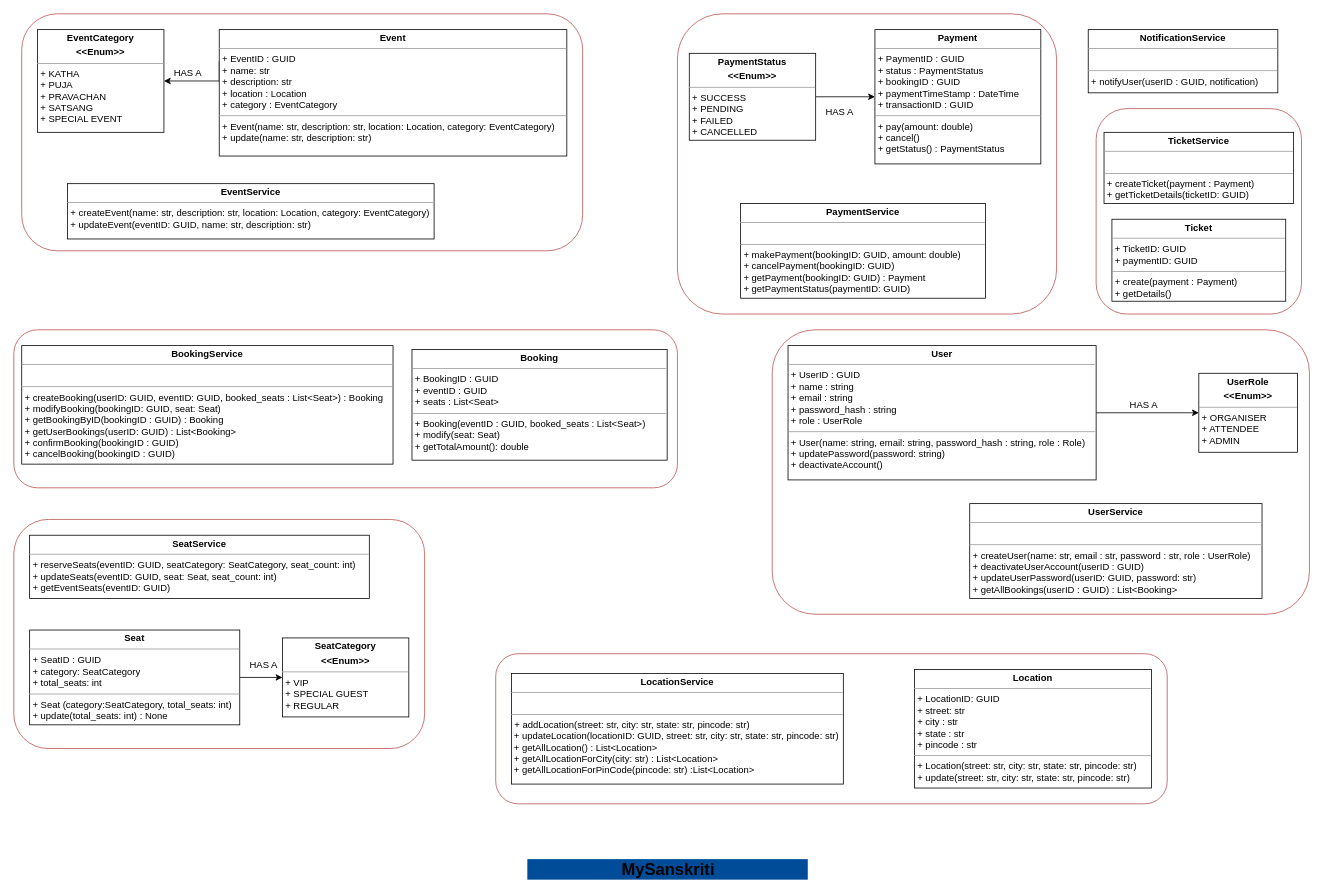
This is Class_diagram.drawio from Sheersendu/MySanskriti, a draw.io file, before an edit. Source tidied: cells renumbered, new cells numbered last; positions are measured from the earlier drawing's top-left corner, leaving out a move shared by most shapes. Both pictures are drawn from the tidied source at 79%, with x=0, y=0 at pixel (13, 13).
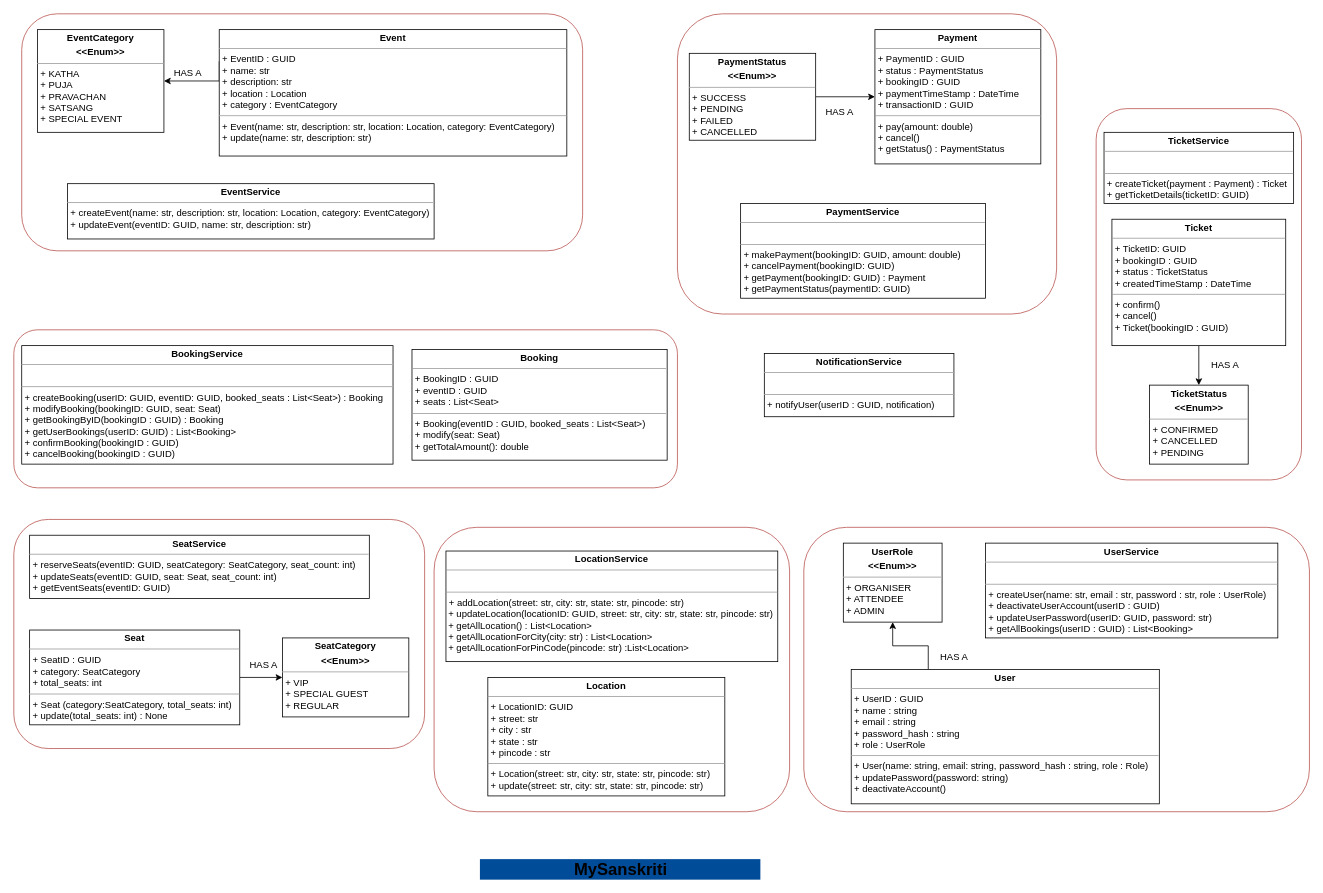
After the change.

Commit message:
updated class diagram

Change to the diagram source:
```diff
@@
     <mxCell id="5" style="rounded=1;whiteSpace=wrap;html=1;fillColor=none;strokeColor=#b85450;" parent="1" vertex="1">
-      <mxGeometry x="610" y="810" width="850" height="190" as="geometry" />
+      <mxGeometry x="532" y="650" width="450" height="360" as="geometry" />
     </mxCell>
     <mxCell id="6" style="rounded=1;whiteSpace=wrap;html=1;fillColor=none;strokeColor=#b85450;" parent="1" vertex="1">
-      <mxGeometry x="1370" y="120" width="260" height="260" as="geometry" />
+      <mxGeometry x="1370" y="120" width="260" height="470" as="geometry" />
     </mxCell>
@@
     <mxCell id="8" style="rounded=1;whiteSpace=wrap;html=1;fillColor=none;strokeColor=#b85450;" parent="1" vertex="1">
-      <mxGeometry x="960" y="400" width="680" height="360" as="geometry" />
+      <mxGeometry x="1000" y="650" width="640" height="360" as="geometry" />
     </mxCell>
     <mxCell id="9" value="&lt;font style=&quot;font-size: 21px;&quot;&gt;MySanskriti&lt;/font&gt;" style="text;align=center;fontStyle=1;verticalAlign=middle;spacingLeft=3;spacingRight=3;strokeColor=none;html=1;fillColor=#004C99;" parent="1" vertex="1">
-      <mxGeometry x="650" y="1070" width="355" height="26" as="geometry" />
+      <mxGeometry x="590" y="1070" width="355" height="26" as="geometry" />
     </mxCell>
@@
     <mxCell id="14" value="&lt;p style=&quot;margin:0px;margin-top:4px;text-align:center;&quot;&gt;&lt;b&gt;Location&lt;/b&gt;&lt;/p&gt;&lt;hr size=&quot;1&quot;&gt;&lt;p style=&quot;margin:0px;margin-left:4px;&quot;&gt;+ LocationID: GUID&lt;/p&gt;&lt;p style=&quot;margin:0px;margin-left:4px;&quot;&gt;+ street: str&lt;/p&gt;&lt;p style=&quot;margin:0px;margin-left:4px;&quot;&gt;+ city : str&lt;/p&gt;&lt;p style=&quot;margin:0px;margin-left:4px;&quot;&gt;+ state : str&lt;/p&gt;&lt;p style=&quot;margin:0px;margin-left:4px;&quot;&gt;+ pincode : str&lt;/p&gt;&lt;hr size=&quot;1&quot;&gt;&lt;p style=&quot;margin:0px;margin-left:4px;&quot;&gt;+ Location(street: str, city: str, state: str, pincode: str)&lt;/p&gt;&lt;p style=&quot;margin:0px;margin-left:4px;&quot;&gt;+ update(street: str, city: str, state: str, pincode: str&lt;span style=&quot;background-color: initial;&quot;&gt;)&lt;/span&gt;&lt;/p&gt;" style="verticalAlign=top;align=left;overflow=fill;fontSize=12;fontFamily=Helvetica;html=1;whiteSpace=wrap;" parent="1" vertex="1">
-      <mxGeometry x="1140" y="830" width="300" height="150" as="geometry" />
+      <mxGeometry x="600" y="840" width="300" height="150" as="geometry" />
     </mxCell>
@@
     <mxCell id="23" value="&lt;p style=&quot;margin:0px;margin-top:4px;text-align:center;&quot;&gt;&lt;b&gt;LocationService&lt;/b&gt;&lt;/p&gt;&lt;hr size=&quot;1&quot;&gt;&lt;p style=&quot;margin:0px;margin-left:4px;&quot;&gt;&lt;br&gt;&lt;/p&gt;&lt;hr size=&quot;1&quot;&gt;&lt;p style=&quot;margin:0px;margin-left:4px;&quot;&gt;+ addLocation(street: str, city: str, state: str, pincode: str)&lt;/p&gt;&amp;nbsp;+ updateLocation(locationID: GUID, street: str, city: str, state: str, pincode: str)&lt;br&gt;&amp;nbsp;+ getAllLocation() : List&amp;lt;Location&amp;gt;&lt;br&gt;&amp;nbsp;+ getAllLocationForCity(city: str) : List&amp;lt;Location&amp;gt;&lt;br&gt;&amp;nbsp;+ getAllLocationForPinCode(pincode: str) :List&amp;lt;Location&amp;gt;" style="verticalAlign=top;align=left;overflow=fill;fontSize=12;fontFamily=Helvetica;html=1;whiteSpace=wrap;" parent="1" vertex="1">
-      <mxGeometry x="630" y="835" width="420" height="140" as="geometry" />
+      <mxGeometry x="547" y="680" width="420" height="140" as="geometry" />
     </mxCell>
@@
+    <mxCell id="37" style="edgeStyle=orthogonalEdgeStyle;rounded=0;jettySize=auto;html=1;entryX=0.5;entryY=0;entryDx=0;entryDy=0;" parent="1" edge="1" source="28" target="38">
+      <mxGeometry relative="1" as="geometry" />
+    </mxCell>
-    <mxCell id="28" value="&lt;p style=&quot;margin:0px;margin-top:4px;text-align:center;&quot;&gt;&lt;b&gt;Ticket&lt;/b&gt;&lt;/p&gt;&lt;hr size=&quot;1&quot;&gt;&lt;p style=&quot;margin:0px;margin-left:4px;&quot;&gt;+ TicketID: GUID&lt;/p&gt;&lt;p style=&quot;margin:0px;margin-left:4px;&quot;&gt;+ paymentID: GUID&lt;/p&gt;&lt;hr size=&quot;1&quot;&gt;&lt;p style=&quot;margin:0px;margin-left:4px;&quot;&gt;+ create(payment : Payment)&lt;/p&gt;&lt;p style=&quot;margin:0px;margin-left:4px;&quot;&gt;+ getDetails()&lt;/p&gt;" style="verticalAlign=top;align=left;overflow=fill;fontSize=12;fontFamily=Helvetica;html=1;whiteSpace=wrap;" parent="1" vertex="1">
-      <mxGeometry x="1390" y="260" width="220" height="103.8" as="geometry" />
+    <mxCell id="28" value="&lt;p style=&quot;margin:0px;margin-top:4px;text-align:center;&quot;&gt;&lt;b&gt;Ticket&lt;/b&gt;&lt;/p&gt;&lt;hr size=&quot;1&quot;&gt;&lt;p style=&quot;margin:0px;margin-left:4px;&quot;&gt;+ TicketID: GUID&lt;/p&gt;&lt;p style=&quot;margin:0px;margin-left:4px;&quot;&gt;+ bookingID : GUID&lt;/p&gt;&lt;p style=&quot;margin:0px;margin-left:4px;&quot;&gt;+ status : TicketStatus&lt;/p&gt;&lt;p style=&quot;margin:0px;margin-left:4px;&quot;&gt;+ createdTimeStamp : DateTime&lt;/p&gt;&lt;hr size=&quot;1&quot;&gt;&lt;p style=&quot;margin:0px;margin-left:4px;&quot;&gt;+ confirm()&lt;/p&gt;&lt;p style=&quot;margin:0px;margin-left:4px;&quot;&gt;+ cancel()&lt;/p&gt;&lt;p style=&quot;margin:0px;margin-left:4px;&quot;&gt;+ Ticket(bookingID : GUID)&lt;/p&gt;" style="verticalAlign=top;align=left;overflow=fill;fontSize=12;fontFamily=Helvetica;html=1;whiteSpace=wrap;" parent="1" vertex="1">
+      <mxGeometry x="1390" y="260" width="220" height="160" as="geometry" />
     </mxCell>
-    <mxCell id="29" style="edgeStyle=orthogonalEdgeStyle;rounded=0;jettySize=auto;html=1;exitX=1;exitY=0.5;exitDx=0;exitDy=0;" parent="1" edge="1" source="30" target="33">
+    <mxCell id="29" style="edgeStyle=orthogonalEdgeStyle;rounded=0;jettySize=auto;html=1;exitX=0.25;exitY=0;exitDx=0;exitDy=0;entryX=0.5;entryY=1;entryDx=0;entryDy=0;" parent="1" edge="1" source="30" target="33">
       <mxGeometry relative="1" as="geometry" />
     </mxCell>
     <mxCell id="30" value="&lt;p style=&quot;margin:0px;margin-top:4px;text-align:center;&quot;&gt;&lt;b&gt;User&lt;/b&gt;&lt;/p&gt;&lt;hr size=&quot;1&quot;&gt;&lt;p style=&quot;margin:0px;margin-left:4px;&quot;&gt;+ UserID : GUID&lt;/p&gt;&lt;p style=&quot;margin:0px;margin-left:4px;&quot;&gt;+ name : string&lt;/p&gt;&lt;p style=&quot;margin:0px;margin-left:4px;&quot;&gt;+ email : string&lt;/p&gt;&lt;p style=&quot;margin:0px;margin-left:4px;&quot;&gt;+ password_hash : string&lt;/p&gt;&lt;p style=&quot;margin:0px;margin-left:4px;&quot;&gt;+ role : UserRole&lt;/p&gt;&lt;hr size=&quot;1&quot;&gt;&lt;p style=&quot;margin:0px;margin-left:4px;&quot;&gt;+ User(name: string, email: string, password_hash : string, role : Role)&lt;/p&gt;&lt;p style=&quot;margin:0px;margin-left:4px;&quot;&gt;+ updatePassword(password: string)&lt;/p&gt;&lt;p style=&quot;margin:0px;margin-left:4px;&quot;&gt;+ deactivateAccount()&lt;/p&gt;" style="verticalAlign=top;align=left;overflow=fill;fontSize=12;fontFamily=Helvetica;html=1;whiteSpace=wrap;" parent="1" vertex="1">
-      <mxGeometry x="980" y="420" width="390" height="170" as="geometry" />
+      <mxGeometry x="1060" y="830" width="390" height="170" as="geometry" />
     </mxCell>
     <mxCell id="31" value="&lt;p style=&quot;margin:0px;margin-top:4px;text-align:center;&quot;&gt;&lt;b&gt;UserService&lt;/b&gt;&lt;/p&gt;&lt;hr size=&quot;1&quot;&gt;&lt;p style=&quot;margin:0px;margin-left:4px;&quot;&gt;&lt;br&gt;&lt;/p&gt;&lt;hr size=&quot;1&quot;&gt;&lt;p style=&quot;margin:0px;margin-left:4px;&quot;&gt;+ createUser(name: str, email : str, password : str, role : UserRole)&lt;/p&gt;&lt;p style=&quot;margin:0px;margin-left:4px;&quot;&gt;+ deactivateUserAccount(userID : GUID)&lt;/p&gt;&lt;p style=&quot;margin:0px;margin-left:4px;&quot;&gt;+ updateUserPassword(userID: GUID, password: str)&lt;/p&gt;&lt;p style=&quot;margin:0px;margin-left:4px;&quot;&gt;+ getAllBookings(userID : GUID) : List&amp;lt;Booking&amp;gt;&lt;/p&gt;" style="verticalAlign=top;align=left;overflow=fill;fontSize=12;fontFamily=Helvetica;html=1;whiteSpace=wrap;" parent="1" vertex="1">
-      <mxGeometry x="1210" y="620" width="370" height="120" as="geometry" />
+      <mxGeometry x="1230" y="670" width="370" height="120" as="geometry" />
     </mxCell>
-    <mxCell id="32" value="&lt;p style=&quot;margin:0px;margin-top:4px;text-align:center;&quot;&gt;&lt;b&gt;TicketService&lt;/b&gt;&lt;/p&gt;&lt;hr size=&quot;1&quot;&gt;&lt;p style=&quot;margin:0px;margin-left:4px;&quot;&gt;&lt;br&gt;&lt;/p&gt;&lt;hr size=&quot;1&quot;&gt;&lt;p style=&quot;margin:0px;margin-left:4px;&quot;&gt;+ createTicket(payment : Payment)&lt;/p&gt;&lt;p style=&quot;margin:0px;margin-left:4px;&quot;&gt;+ getTicketDetails(ticketID: GUID)&lt;/p&gt;" style="verticalAlign=top;align=left;overflow=fill;fontSize=12;fontFamily=Helvetica;html=1;whiteSpace=wrap;" parent="1" vertex="1">
+    <mxCell id="32" value="&lt;p style=&quot;margin:0px;margin-top:4px;text-align:center;&quot;&gt;&lt;b&gt;TicketService&lt;/b&gt;&lt;/p&gt;&lt;hr size=&quot;1&quot;&gt;&lt;p style=&quot;margin:0px;margin-left:4px;&quot;&gt;&lt;br&gt;&lt;/p&gt;&lt;hr size=&quot;1&quot;&gt;&lt;p style=&quot;margin:0px;margin-left:4px;&quot;&gt;+ createTicket(payment : Payment) : Ticket&lt;/p&gt;&lt;p style=&quot;margin:0px;margin-left:4px;&quot;&gt;+ getTicketDetails(ticketID: GUID)&lt;/p&gt;" style="verticalAlign=top;align=left;overflow=fill;fontSize=12;fontFamily=Helvetica;html=1;whiteSpace=wrap;" parent="1" vertex="1">
       <mxGeometry x="1380" y="150" width="240" height="90" as="geometry" />
     </mxCell>
     <mxCell id="33" value="&lt;p style=&quot;margin:0px;margin-top:4px;text-align:center;&quot;&gt;&lt;b&gt;UserRole&lt;/b&gt;&lt;/p&gt;&lt;p style=&quot;margin:0px;margin-top:4px;text-align:center;&quot;&gt;&lt;b&gt;&amp;lt;&amp;lt;Enum&amp;gt;&amp;gt;&lt;/b&gt;&lt;/p&gt;&lt;hr size=&quot;1&quot;&gt;&lt;p style=&quot;margin:0px;margin-left:4px;&quot;&gt;+ ORGANISER&lt;/p&gt;&lt;p style=&quot;margin:0px;margin-left:4px;&quot;&gt;+ ATTENDEE&lt;/p&gt;&lt;p style=&quot;margin:0px;margin-left:4px;&quot;&gt;+ ADMIN&lt;/p&gt;" style="verticalAlign=top;align=left;overflow=fill;fontSize=12;fontFamily=Helvetica;html=1;whiteSpace=wrap;" parent="1" vertex="1">
-      <mxGeometry x="1500" y="455" width="125" height="100" as="geometry" />
+      <mxGeometry x="1050" y="670" width="125" height="100" as="geometry" />
     </mxCell>
     <mxCell id="34" value="HAS A" style="text;html=1;align=center;verticalAlign=middle;strokeColor=none;fillColor=none;" parent="1" vertex="1">
-      <mxGeometry x="1400" y="480" width="60" height="30" as="geometry" />
+      <mxGeometry x="1160" y="800" width="60" height="30" as="geometry" />
     </mxCell>
     <mxCell id="35" value="&lt;p style=&quot;margin:0px;margin-top:4px;text-align:center;&quot;&gt;&lt;b&gt;NotificationService&lt;/b&gt;&lt;/p&gt;&lt;hr size=&quot;1&quot;&gt;&lt;p style=&quot;margin:0px;margin-left:4px;&quot;&gt;&lt;br&gt;&lt;/p&gt;&lt;hr size=&quot;1&quot;&gt;&lt;p style=&quot;margin:0px;margin-left:4px;&quot;&gt;+ notifyUser(userID : GUID, notification)&lt;/p&gt;" style="verticalAlign=top;align=left;overflow=fill;fontSize=12;fontFamily=Helvetica;html=1;whiteSpace=wrap;" parent="1" vertex="1">
-      <mxGeometry x="1360" y="20" width="240" height="80" as="geometry" />
+      <mxGeometry x="950" y="430" width="240" height="80" as="geometry" />
     </mxCell>
@@
+    <mxCell id="38" value="&lt;p style=&quot;margin:0px;margin-top:4px;text-align:center;&quot;&gt;&lt;b&gt;TicketStatus&lt;/b&gt;&lt;/p&gt;&lt;p style=&quot;margin:0px;margin-top:4px;text-align:center;&quot;&gt;&lt;b&gt;&amp;lt;&amp;lt;Enum&amp;gt;&amp;gt;&lt;/b&gt;&lt;/p&gt;&lt;hr size=&quot;1&quot;&gt;&lt;p style=&quot;margin:0px;margin-left:4px;&quot;&gt;+ CONFIRMED&lt;br&gt;&lt;/p&gt;&lt;p style=&quot;margin:0px;margin-left:4px;&quot;&gt;+ CANCELLED&lt;/p&gt;&lt;p style=&quot;margin:0px;margin-left:4px;&quot;&gt;+ PENDING&lt;/p&gt;" style="verticalAlign=top;align=left;overflow=fill;fontSize=12;fontFamily=Helvetica;html=1;whiteSpace=wrap;" parent="1" vertex="1">
+      <mxGeometry x="1437.5" y="470" width="125" height="100" as="geometry" />
+    </mxCell>
+    <mxCell id="39" value="HAS A" style="text;html=1;align=center;verticalAlign=middle;strokeColor=none;fillColor=none;" parent="1" vertex="1">
+      <mxGeometry x="1502.5" y="430" width="60" height="30" as="geometry" />
+    </mxCell>
```
